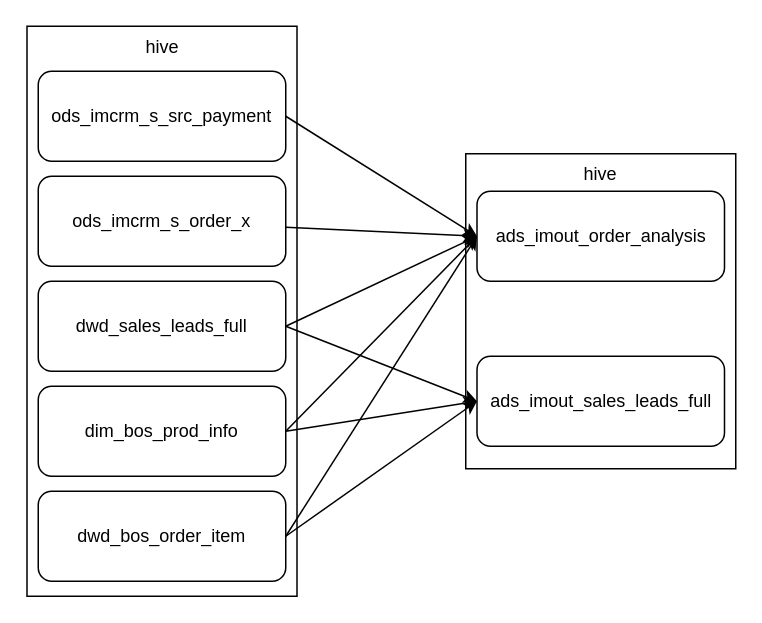
The draw.io diagram IM_数据中台_DS_订单表增加商品编码字段_数据链路图_V0.10.drawio in taitaibai/test, before the edit. Source tidied: cells renumbered, new cells numbered last; positions are measured from the earlier drawing's top-left corner, leaving out a move shared by most shapes. Both pictures are drawn from the tidied source at 150%, with x=0, y=0 at pixel (27, 26).
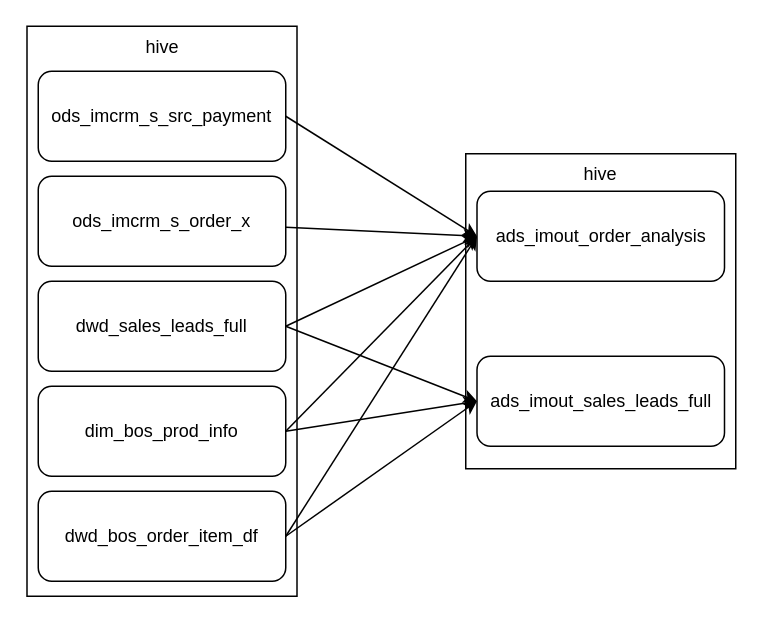
The same diagram, later.

Commit message:
更新IM_数据中台_DS_订单表增加商品编码字段_数据链路图_V0.10.drawio

What changed in the source:
```diff
@@
 <mxGraphModel>
   <root>
     <mxCell id="0" />
     <mxCell id="1" parent="0" />
     <mxCell id="2" value="hive" style="rounded=0;whiteSpace=wrap;html=1;verticalAlign=top;" parent="1" vertex="1">
       <mxGeometry x="292" y="85" width="180" height="210" as="geometry" />
     </mxCell>
     <mxCell id="3" value="hive" style="rounded=0;whiteSpace=wrap;html=1;verticalAlign=top;" parent="1" vertex="1">
       <mxGeometry x="-0.5" width="180" height="380" as="geometry" />
     </mxCell>
     <mxCell id="4" style="rounded=0;jettySize=auto;html=1;entryX=0;entryY=0.5;entryDx=0;entryDy=0;exitX=1;exitY=0.5;exitDx=0;exitDy=0;" parent="1" edge="1" source="5" target="18">
       <mxGeometry relative="1" as="geometry" />
     </mxCell>
     <mxCell id="5" value="&lt;span&gt;ods_imcrm_s_src_payment&lt;/span&gt;" style="rounded=1;whiteSpace=wrap;html=1;verticalAlign=middle;" parent="1" vertex="1">
       <mxGeometry x="7" y="30" width="165" height="60" as="geometry" />
     </mxCell>
     <mxCell id="6" style="rounded=0;jettySize=auto;html=1;entryX=0;entryY=0.5;entryDx=0;entryDy=0;" parent="1" edge="1" source="7" target="18">
       <mxGeometry relative="1" as="geometry" />
     </mxCell>
     <mxCell id="7" value="ods_imcrm_s_order_x" style="rounded=1;whiteSpace=wrap;html=1;verticalAlign=middle;" parent="1" vertex="1">
       <mxGeometry x="7" y="100" width="165" height="60" as="geometry" />
     </mxCell>
     <mxCell id="8" style="rounded=0;jettySize=auto;html=1;entryX=0;entryY=0.5;entryDx=0;entryDy=0;exitX=1;exitY=0.5;exitDx=0;exitDy=0;" parent="1" edge="1" source="10" target="18">
       <mxGeometry relative="1" as="geometry" />
     </mxCell>
     <mxCell id="9" style="rounded=0;jettySize=auto;html=1;entryX=0;entryY=0.5;entryDx=0;entryDy=0;exitX=1;exitY=0.5;exitDx=0;exitDy=0;" parent="1" edge="1" source="10" target="17">
       <mxGeometry relative="1" as="geometry" />
     </mxCell>
     <mxCell id="10" value="dwd_sales_leads_full" style="rounded=1;whiteSpace=wrap;html=1;verticalAlign=middle;" parent="1" vertex="1">
       <mxGeometry x="7" y="170" width="165" height="60" as="geometry" />
     </mxCell>
     <mxCell id="11" style="rounded=0;jettySize=auto;html=1;entryX=0;entryY=0.5;entryDx=0;entryDy=0;exitX=1;exitY=0.5;exitDx=0;exitDy=0;" parent="1" edge="1" source="13" target="18">
       <mxGeometry relative="1" as="geometry" />
     </mxCell>
     <mxCell id="12" style="rounded=0;jettySize=auto;html=1;entryX=0;entryY=0.5;entryDx=0;entryDy=0;exitX=1;exitY=0.5;exitDx=0;exitDy=0;" parent="1" edge="1" source="13" target="17">
       <mxGeometry relative="1" as="geometry" />
     </mxCell>
     <mxCell id="13" value="dim_bos_prod_info" style="rounded=1;whiteSpace=wrap;html=1;verticalAlign=middle;" parent="1" vertex="1">
       <mxGeometry x="7" y="240" width="165" height="60" as="geometry" />
     </mxCell>
     <mxCell id="14" style="rounded=0;jettySize=auto;html=1;entryX=0;entryY=0.5;entryDx=0;entryDy=0;exitX=1;exitY=0.5;exitDx=0;exitDy=0;" parent="1" edge="1" source="16" target="17">
       <mxGeometry relative="1" as="geometry" />
     </mxCell>
     <mxCell id="15" style="rounded=0;jettySize=auto;html=1;entryX=0;entryY=0.5;entryDx=0;entryDy=0;exitX=1;exitY=0.5;exitDx=0;exitDy=0;" parent="1" edge="1" source="16" target="18">
       <mxGeometry relative="1" as="geometry" />
     </mxCell>
-    <mxCell id="16" value="dwd_bos_order_item" style="rounded=1;whiteSpace=wrap;html=1;verticalAlign=middle;" parent="1" vertex="1">
+    <mxCell id="16" value="dwd_bos_order_item_df" style="rounded=1;whiteSpace=wrap;html=1;verticalAlign=middle;" parent="1" vertex="1">
       <mxGeometry x="7" y="310" width="165" height="60" as="geometry" />
     </mxCell>
     <mxCell id="17" value="ads_imout_sales_leads_full" style="rounded=1;whiteSpace=wrap;html=1;verticalAlign=middle;" parent="1" vertex="1">
       <mxGeometry x="299.5" y="220" width="165" height="60" as="geometry" />
     </mxCell>
     <mxCell id="18" value="ads_imout_order_analysis" style="rounded=1;whiteSpace=wrap;html=1;verticalAlign=middle;" parent="1" vertex="1">
       <mxGeometry x="299.5" y="110" width="165" height="60" as="geometry" />
     </mxCell>
   </root>
 </mxGraphModel>
```
